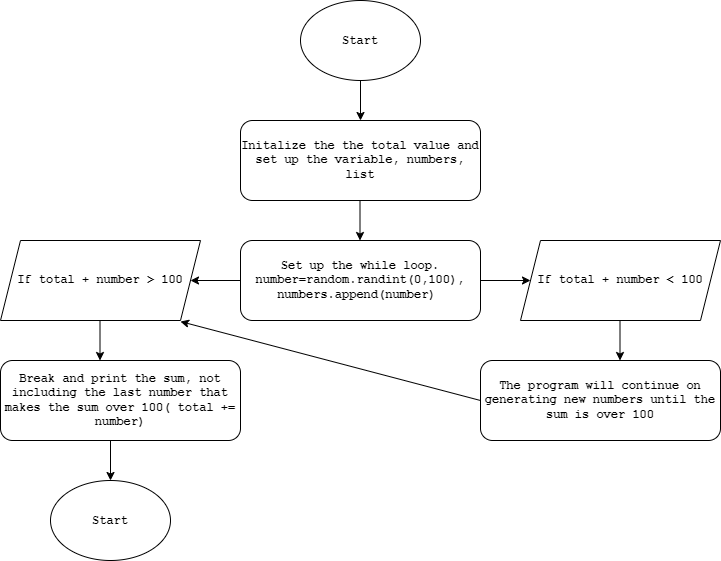
michallef/hello.drawio keeps this draw.io diagram as hello15.png. Above is the earlier version. Source tidied: cells renumbered, new cells last; positions are measured from the earlier drawing's top-left corner, leaving out a move shared by most shapes. Its diagram source:
```xml
<mxGraphModel>
  <root>
    <mxCell id="0" />
    <mxCell id="1" parent="0" />
    <mxCell id="2" value="&lt;h4&gt;&lt;font face=&quot;Courier New&quot;&gt;Start&lt;/font&gt;&lt;/h4&gt;" style="ellipse;whiteSpace=wrap;html=1;" parent="1" vertex="1">
      <mxGeometry x="300" width="120" height="80" as="geometry" />
    </mxCell>
    <mxCell id="3" style="endArrow=classic;html=1;fontFamily=Courier New;exitX=0.5;exitY=1;exitDx=0;exitDy=0;" parent="1" edge="1" source="2">
      <mxGeometry relative="1" as="geometry">
        <mxPoint x="360" y="120" as="targetPoint" />
      </mxGeometry>
    </mxCell>
    <mxCell id="4" value="&lt;h4&gt;Initalize the the total value and set up the variable, numbers, list&lt;/h4&gt;" style="rounded=1;whiteSpace=wrap;html=1;fontFamily=Courier New;" parent="1" vertex="1">
      <mxGeometry x="240" y="120" width="240" height="80" as="geometry" />
    </mxCell>
    <mxCell id="5" style="endArrow=classic;html=1;fontFamily=Courier New;exitX=0.5;exitY=1;exitDx=0;exitDy=0;" parent="1" edge="1">
      <mxGeometry relative="1" as="geometry">
        <mxPoint x="359.5" y="200" as="sourcePoint" />
        <mxPoint x="359.5" y="240" as="targetPoint" />
      </mxGeometry>
    </mxCell>
    <mxCell id="6" value="&lt;h4&gt;Set up the while loop. number=random.randint(0,100), numbers.append(number)&amp;nbsp;&lt;/h4&gt;" style="rounded=1;whiteSpace=wrap;html=1;fontFamily=Courier New;" parent="1" vertex="1">
      <mxGeometry x="240" y="240" width="240" height="80" as="geometry" />
    </mxCell>
    <mxCell id="7" style="endArrow=classic;html=1;fontFamily=Courier New;exitX=0;exitY=0.5;exitDx=0;exitDy=0;" parent="1" edge="1" source="6">
      <mxGeometry relative="1" as="geometry">
        <mxPoint x="190" y="280" as="targetPoint" />
      </mxGeometry>
    </mxCell>
    <mxCell id="8" style="endArrow=classic;html=1;fontFamily=Courier New;" parent="1" edge="1">
      <mxGeometry relative="1" as="geometry">
        <mxPoint x="480" y="280" as="sourcePoint" />
        <mxPoint x="530" y="280" as="targetPoint" />
      </mxGeometry>
    </mxCell>
    <mxCell id="9" value="&lt;h4&gt;If total + number &amp;gt; 100&lt;/h4&gt;" style="shape=parallelogram;perimeter=parallelogramPerimeter;whiteSpace=wrap;html=1;fixedSize=1;fontFamily=Courier New;" parent="1" vertex="1">
      <mxGeometry y="240" width="200" height="80" as="geometry" />
    </mxCell>
    <mxCell id="10" value="&lt;h4&gt;If total + number &amp;lt; 100&lt;/h4&gt;" style="shape=parallelogram;perimeter=parallelogramPerimeter;whiteSpace=wrap;html=1;fixedSize=1;fontFamily=Courier New;" parent="1" vertex="1">
      <mxGeometry x="520" y="240" width="200" height="80" as="geometry" />
    </mxCell>
    <mxCell id="11" style="endArrow=classic;html=1;fontFamily=Courier New;exitX=0.5;exitY=1;exitDx=0;exitDy=0;" parent="1" edge="1">
      <mxGeometry relative="1" as="geometry">
        <mxPoint x="99.5" y="320" as="sourcePoint" />
        <mxPoint x="99.5" y="360" as="targetPoint" />
      </mxGeometry>
    </mxCell>
    <mxCell id="12" style="endArrow=classic;html=1;fontFamily=Courier New;exitX=0.5;exitY=1;exitDx=0;exitDy=0;" parent="1" edge="1">
      <mxGeometry relative="1" as="geometry">
        <mxPoint x="619.5" y="320" as="sourcePoint" />
        <mxPoint x="619.5" y="360" as="targetPoint" />
      </mxGeometry>
    </mxCell>
    <mxCell id="13" value="&lt;h4&gt;Break and print the sum, not including the last number that makes the sum over 100( total += number)&lt;/h4&gt;" style="rounded=1;whiteSpace=wrap;html=1;fontFamily=Courier New;" parent="1" vertex="1">
      <mxGeometry y="360" width="240" height="80" as="geometry" />
    </mxCell>
    <mxCell id="14" value="&lt;h4&gt;The program will continue on generating new numbers until the sum is over 100&lt;/h4&gt;" style="rounded=1;whiteSpace=wrap;html=1;fontFamily=Courier New;" parent="1" vertex="1">
      <mxGeometry x="480" y="360" width="240" height="80" as="geometry" />
    </mxCell>
    <mxCell id="15" style="endArrow=classic;html=1;fontFamily=Courier New;exitX=0;exitY=0.5;exitDx=0;exitDy=0;entryX=0.9;entryY=1.013;entryDx=0;entryDy=0;entryPerimeter=0;" parent="1" edge="1" source="14" target="9">
      <mxGeometry relative="1" as="geometry" />
    </mxCell>
    <mxCell id="16" style="endArrow=classic;html=1;fontFamily=Courier New;exitX=0.5;exitY=1;exitDx=0;exitDy=0;" parent="1" edge="1">
      <mxGeometry relative="1" as="geometry">
        <mxPoint x="110" y="440" as="sourcePoint" />
        <mxPoint x="110" y="480" as="targetPoint" />
      </mxGeometry>
    </mxCell>
    <mxCell id="17" value="&lt;h4&gt;&lt;font face=&quot;Courier New&quot;&gt;Start&lt;/font&gt;&lt;/h4&gt;" style="ellipse;whiteSpace=wrap;html=1;" parent="1" vertex="1">
      <mxGeometry x="50" y="480" width="120" height="80" as="geometry" />
    </mxCell>
  </root>
</mxGraphModel>
```
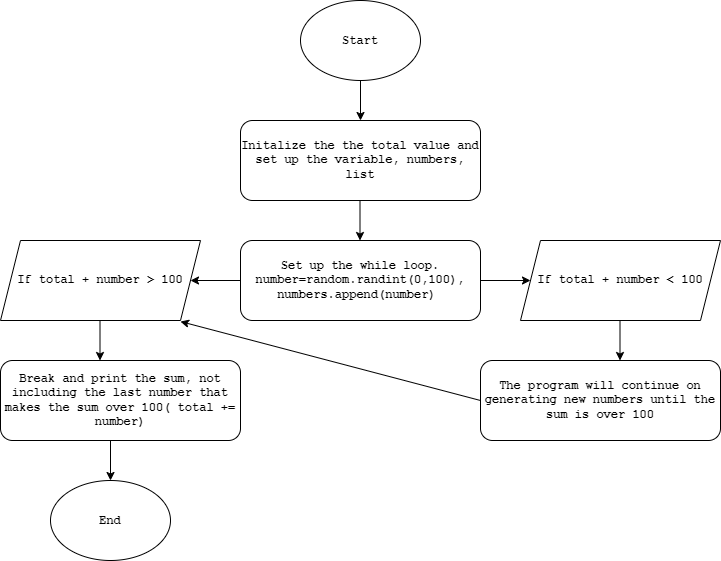
After the commit.

What changed in the source:
```diff
@@ -66,7 +66,7 @@
         <mxPoint x="110" y="480" as="targetPoint" />
       </mxGeometry>
     </mxCell>
-    <mxCell id="17" value="&lt;h4&gt;&lt;font face=&quot;Courier New&quot;&gt;Start&lt;/font&gt;&lt;/h4&gt;" style="ellipse;whiteSpace=wrap;html=1;" parent="1" vertex="1">
+    <mxCell id="17" value="&lt;h4&gt;&lt;font face=&quot;Courier New&quot;&gt;End&lt;/font&gt;&lt;/h4&gt;" style="ellipse;whiteSpace=wrap;html=1;" parent="1" vertex="1">
       <mxGeometry x="50" y="480" width="120" height="80" as="geometry" />
     </mxCell>
   </root>
```
